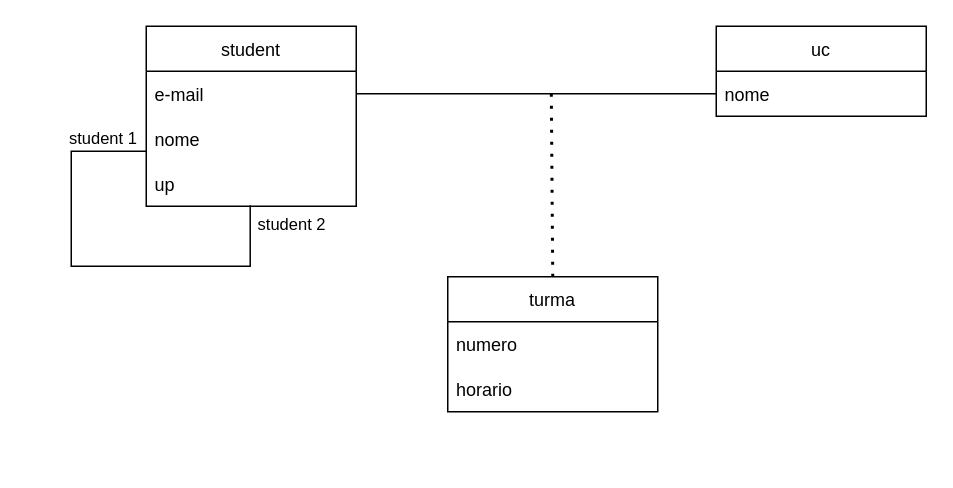
Above: lib/week 2/uml.drawio in luisaraujo25/Swapping (draw.io), before the change. Source tidied: cells renumbered, new cells numbered last; positions are measured from the earlier drawing's top-left corner, leaving out a move shared by most shapes. Both pictures are drawn from the tidied source at 150%, with x=0, y=0 at pixel (70, 26).
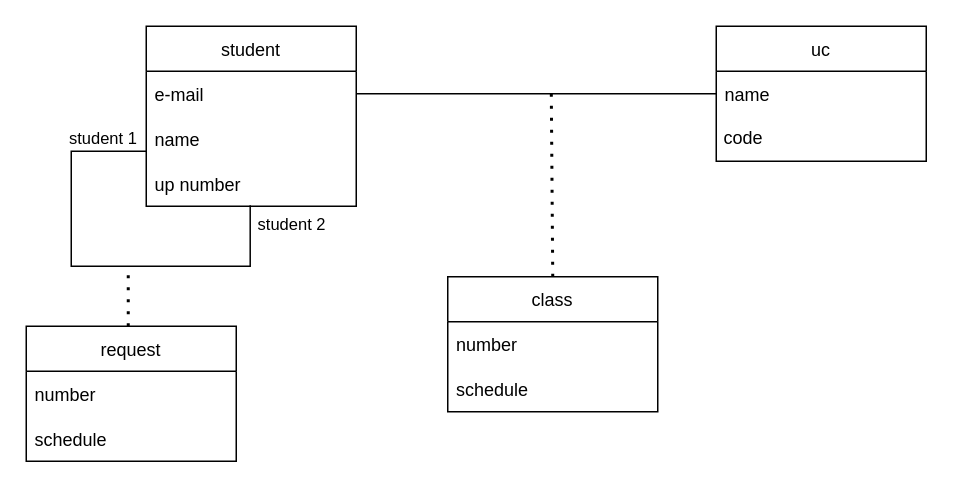
The same diagram, later.

Unchanged cells that the change refers to:
```xml
<mxCell id="2" value="student" style="swimlane;fontStyle=0;horizontal=1;startSize=30;" parent="1" vertex="1">
  <mxGeometry x="50" width="140" height="120" as="geometry" />
</mxCell>
```

The edit, as a diff of the source:
```diff
@@
-    <mxCell id="4" value="nome" style="text;strokeColor=none;fillColor=none;align=left;verticalAlign=middle;spacingLeft=4;spacingRight=4;overflow=hidden;points=[[0,0.5],[1,0.5]];portConstraint=eastwest;" parent="2" vertex="1">
+    <mxCell id="4" value="name" style="text;strokeColor=none;fillColor=none;align=left;verticalAlign=middle;spacingLeft=4;spacingRight=4;overflow=hidden;points=[[0,0.5],[1,0.5]];portConstraint=eastwest;" parent="2" vertex="1">
       <mxGeometry y="60" width="140" height="30" as="geometry" />
     </mxCell>
-    <mxCell id="5" value="up" style="text;strokeColor=none;fillColor=none;align=left;verticalAlign=middle;spacingLeft=4;spacingRight=4;overflow=hidden;points=[[0,0.5],[1,0.5]];portConstraint=eastwest;" parent="2" vertex="1">
+    <mxCell id="5" value="up number" style="text;strokeColor=none;fillColor=none;align=left;verticalAlign=middle;spacingLeft=4;spacingRight=4;overflow=hidden;points=[[0,0.5],[1,0.5]];portConstraint=eastwest;" parent="2" vertex="1">
       <mxGeometry y="90" width="140" height="30" as="geometry" />
     </mxCell>
@@
     <mxCell id="9" value="uc" style="swimlane;fontStyle=0;horizontal=1;startSize=30;" parent="1" vertex="1">
-      <mxGeometry x="430" width="140" height="60" as="geometry" />
+      <mxGeometry x="430" width="140" height="90" as="geometry" />
     </mxCell>
-    <mxCell id="10" value="nome" style="text;strokeColor=none;fillColor=none;align=left;verticalAlign=middle;spacingLeft=4;spacingRight=4;overflow=hidden;points=[[0,0.5],[1,0.5]];portConstraint=eastwest;" parent="9" vertex="1">
+    <mxCell id="10" value="name" style="text;strokeColor=none;fillColor=none;align=left;verticalAlign=middle;spacingLeft=4;spacingRight=4;overflow=hidden;points=[[0,0.5],[1,0.5]];portConstraint=eastwest;" parent="9" vertex="1">
       <mxGeometry y="30" width="140" height="30" as="geometry" />
     </mxCell>
+    <mxCell id="16" value="&amp;nbsp;code" style="text;html=1;strokeColor=none;fillColor=none;align=left;verticalAlign=middle;whiteSpace=wrap;rounded=0;" parent="9" vertex="1">
+      <mxGeometry y="60" width="140" height="30" as="geometry" />
+    </mxCell>
-    <mxCell id="11" value="turma" style="swimlane;fontStyle=0;horizontal=1;startSize=30;" parent="1" vertex="1">
+    <mxCell id="11" value="class" style="swimlane;fontStyle=0;horizontal=1;startSize=30;" parent="1" vertex="1">
       <mxGeometry x="251" y="167" width="140" height="90" as="geometry" />
     </mxCell>
-    <mxCell id="12" value="numero" style="text;strokeColor=none;fillColor=none;align=left;verticalAlign=middle;spacingLeft=4;spacingRight=4;overflow=hidden;" parent="11" vertex="1">
+    <mxCell id="12" value="number" style="text;strokeColor=none;fillColor=none;align=left;verticalAlign=middle;spacingLeft=4;spacingRight=4;overflow=hidden;" parent="11" vertex="1">
       <mxGeometry y="30" width="140" height="30" as="geometry" />
     </mxCell>
-    <mxCell id="13" value="horario" style="text;strokeColor=none;fillColor=none;align=left;verticalAlign=middle;spacingLeft=4;spacingRight=4;overflow=hidden;" parent="11" vertex="1">
+    <mxCell id="13" value="schedule" style="text;strokeColor=none;fillColor=none;align=left;verticalAlign=middle;spacingLeft=4;spacingRight=4;overflow=hidden;" parent="11" vertex="1">
       <mxGeometry y="60" width="140" height="30" as="geometry" />
     </mxCell>
@@
+    <mxCell id="17" value="request" style="swimlane;fontStyle=0;horizontal=1;startSize=30;" parent="1" vertex="1">
+      <mxGeometry x="-30" y="200" width="140" height="90" as="geometry" />
+    </mxCell>
+    <mxCell id="18" value="number" style="text;strokeColor=none;fillColor=none;align=left;verticalAlign=middle;spacingLeft=4;spacingRight=4;overflow=hidden;" parent="17" vertex="1">
+      <mxGeometry y="30" width="140" height="30" as="geometry" />
+    </mxCell>
+    <mxCell id="19" value="schedule" style="text;strokeColor=none;fillColor=none;align=left;verticalAlign=middle;spacingLeft=4;spacingRight=4;overflow=hidden;" parent="17" vertex="1">
+      <mxGeometry y="60" width="140" height="30" as="geometry" />
+    </mxCell>
+    <mxCell id="20" style="endArrow=none;dashed=1;html=1;dashPattern=1 3;strokeWidth=2;rounded=0;" parent="1" edge="1">
+      <mxGeometry relative="1" as="geometry">
+        <mxPoint x="38" y="200" as="sourcePoint" />
+        <mxPoint x="38" y="160" as="targetPoint" />
+      </mxGeometry>
+    </mxCell>
```
